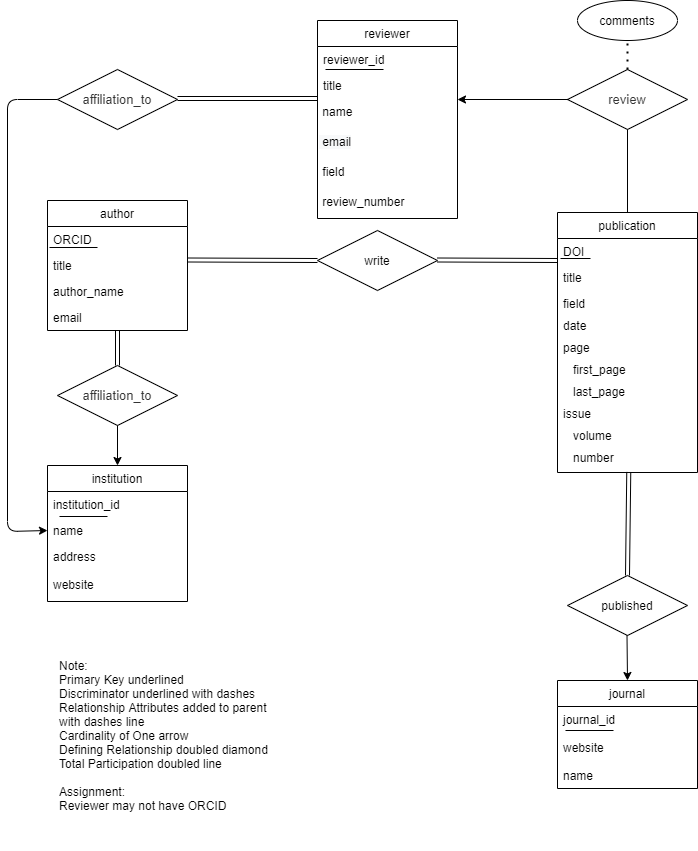
Earlier version of the draw.io export Untitled Diagram.png (impulseoy/learnGit). Source tidied: cells renumbered, new cells last; positions are measured from the earlier drawing's top-left corner, leaving out a move shared by most shapes.
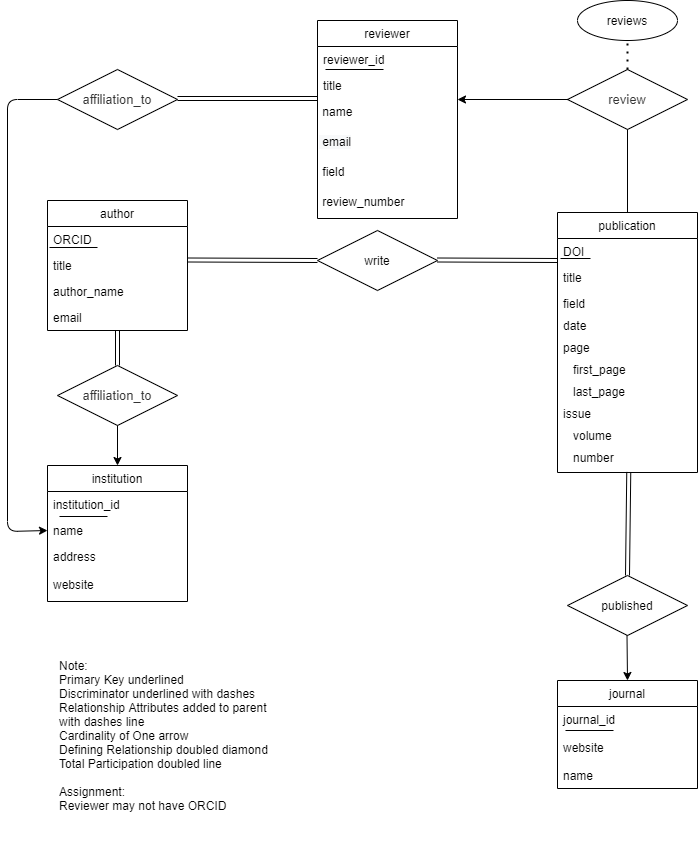
Above is the later version.

Change to the diagram source:
```diff
@@ -140,7 +140,7 @@
     <mxCell id="41" value="published" style="shape=rhombus;perimeter=rhombusPerimeter;whiteSpace=wrap;html=1;align=center;" parent="1" vertex="1">
       <mxGeometry x="560" y="575" width="120" height="60" as="geometry" />
     </mxCell>
-    <mxCell id="42" value="comments" style="ellipse;whiteSpace=wrap;html=1;align=center;" parent="1" vertex="1">
+    <mxCell id="42" value="reviews" style="ellipse;whiteSpace=wrap;html=1;align=center;" parent="1" vertex="1">
       <mxGeometry x="570" width="100" height="40" as="geometry" />
     </mxCell>
     <mxCell id="43" value="&lt;span style=&quot;color: rgb(51 , 51 , 51) ; font-family: &amp;#34;arial&amp;#34; , sans-serif ; font-size: 13px ; background-color: rgb(255 , 255 , 255)&quot;&gt;affiliation_to&lt;/span&gt;" style="shape=rhombus;perimeter=rhombusPerimeter;whiteSpace=wrap;html=1;align=center;" parent="1" vertex="1">
```
